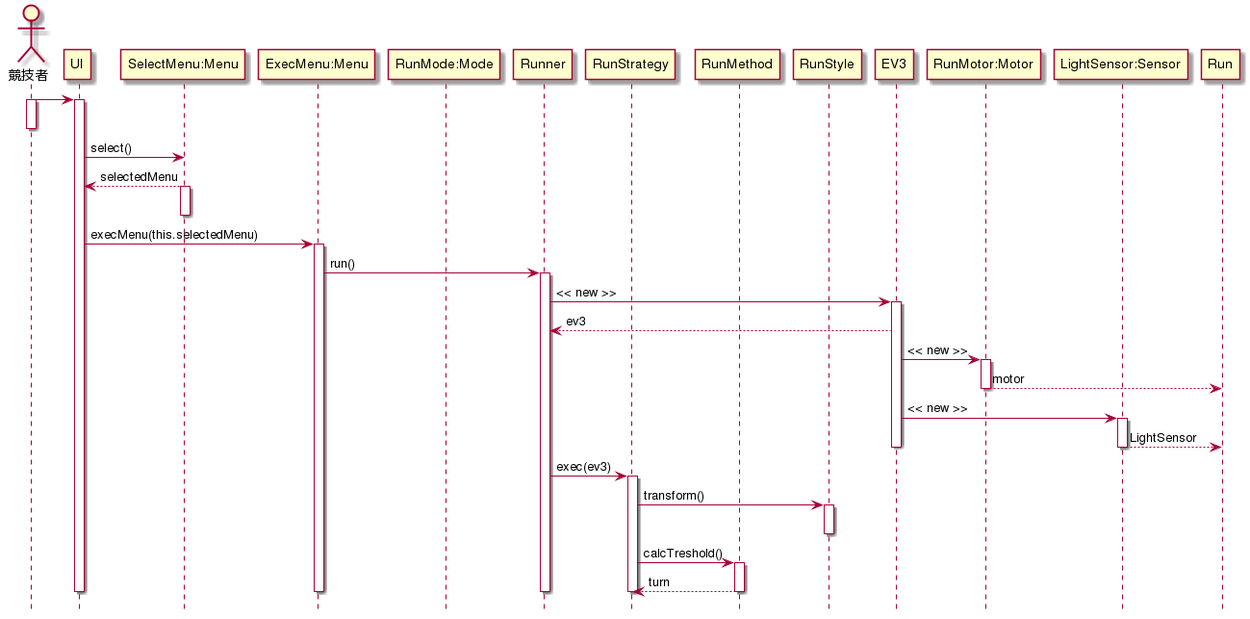
Earlier version of the PlantUML export diagram/sequence/concept/linetrace.png (SLP-KBIT/ETR2015). Its source is kept beside it as diagram/sequence/concept/linetrace.pu.
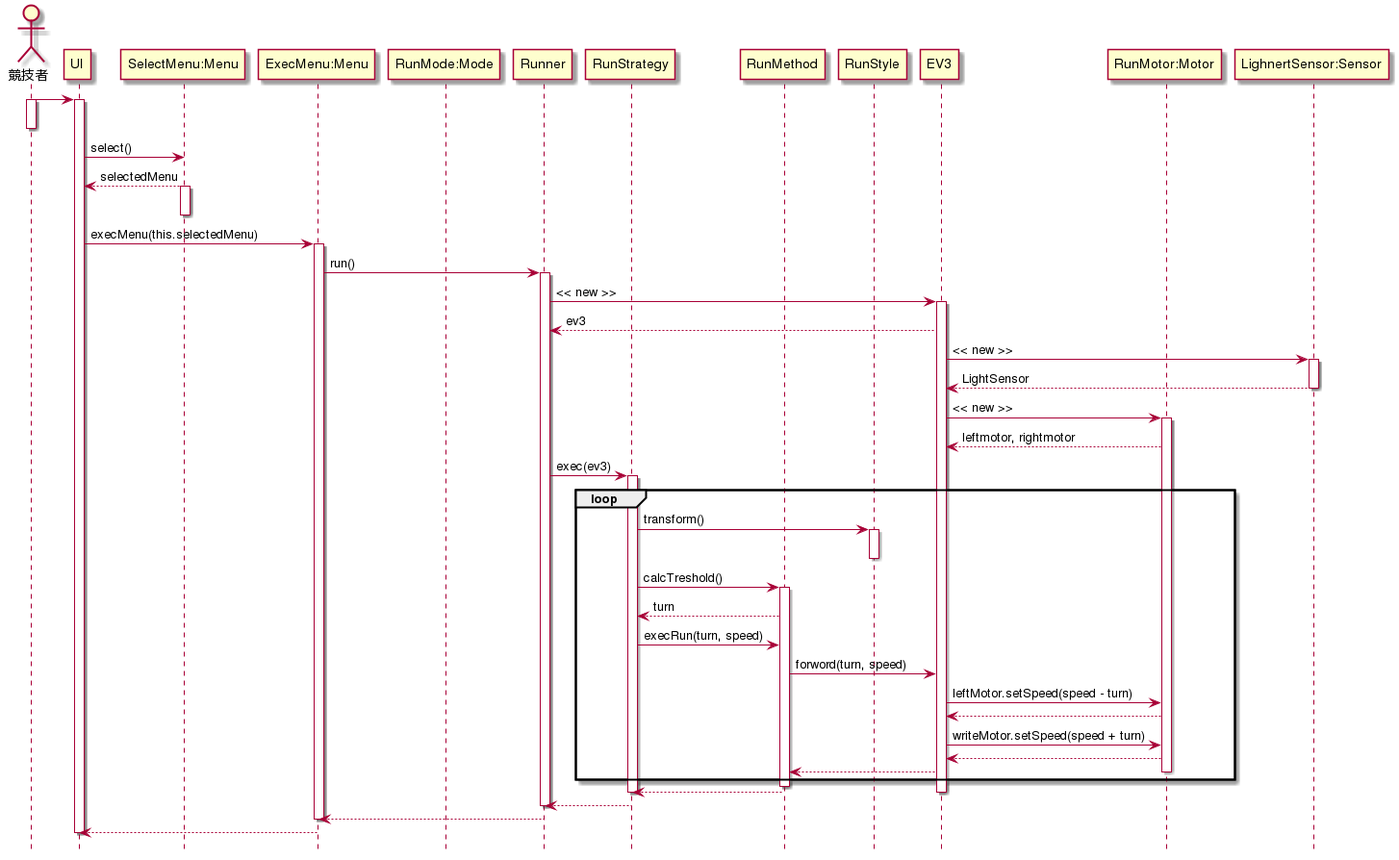
The same file after the commit.

Commit message:
(maxmellon:sequence:concept) close #39 edit sequence diagram

The edit, as a diff of the source:
```diff
@@ -1,7 +1,7 @@
 @startuml linetrace.png
 hide footbox
 
-actor       競技者       as Player
+actor       競技者                   as Player
 participant UI                       as UI
 participant "SelectMenu:Menu"        as SelectMenu
 participant "ExecMenu:Menu"          as ExecMenu
@@ -12,7 +12,7 @@
 participant RunStyle                 as RunStyle
 participant EV3                      as EV3
 participant "RunMotor:Motor"         as RunMotor
-participant "LighnertSensor:Sensor"     as LightSensor
+participant "LighnertSensor:Sensor"  as LightSensor
 
 Player -> UI
 activate Player
@@ -29,27 +29,40 @@
       Runner  -> EV3 : << new >>
       activate EV3
         Runner <-- EV3 : ev3
+        EV3  -> LightSensor : << new >>
+        activate LightSensor
+          EV3 <-- LightSensor : LightSensor
+        deactivate LightSensor
         EV3  -> RunMotor : << new >>
         activate RunMotor
-          Runner <-- RunMotor : motor
-        deactivate RunMotor
-        EV3  -> LightSensor : << new >>
-        activate LightSensor
-          Run <-- LightSensor : LightSensor
-        deactivate LightSensor
+          EV3 <-- RunMotor : leftmotor, rightmotor
+          Runner -> RunStrategy : exec(ev3)
+          activate RunStrategy
+            loop
+              RunStrategy  -> RunStyle : transform()
+              activate RunStyle
+              deactivate RunStyle
+              RunStrategy  -> RunMethod : calcTreshold()
+              activate RunMethod
+                RunStrategy <-- RunMethod : turn
+                RunStrategy  -> RunMethod : execRun(turn, speed)
+                RunMethod  -> EV3 : forword(turn, speed)
+                EV3  -> RunMotor : leftMotor.setSpeed(speed - turn)
+                EV3 <-- RunMotor
+                EV3  -> RunMotor : writeMotor.setSpeed(speed + turn)
+                EV3 <-- RunMotor
+                RunMethod <-- EV3
+              deactivate RunMotor
+            end
+          deactivate RunMethod
+          RunStrategy <-- RunMethod
+        deactivate RunStrategy
       deactivate EV3
-      Runner -> RunStrategy : exec(ev3)
-      activate RunStrategy
-        RunStrategy  -> RunStyle : transform()
-        activate RunStyle
-        deactivate RunStyle
-        RunStrategy  -> RunMethod : calcTreshold()
-        activate RunMethod
-          RunStrategy <-- RunMethod : turn
-        deactivate RunMethod
-      deactivate RunStrategy
+      Runner <-- RunStrategy
     deactivate Runner
+    ExecMenu <-- Runner
   deactivate ExecMenu
+  UI <-- ExecMenu
 deactivate UI
 
 @enduml
```
